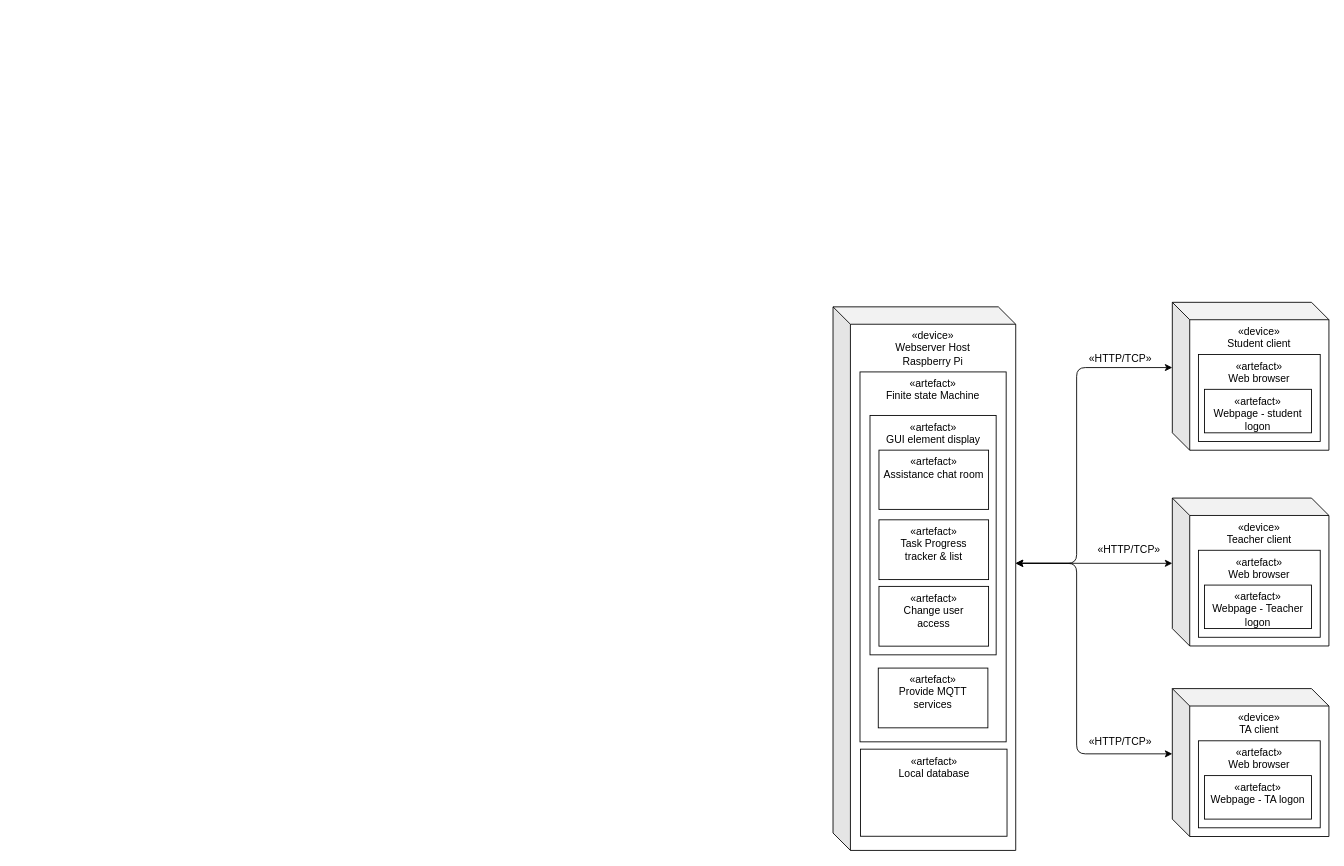
Earlier version of the draw.io diagram Units/Project/Spec 2/Figures/Diagrams/Project_Deployment_Diagram.drawio (danielcarton/TTM4115_KomSys_SemesterProsjekt). Source tidied: cells renumbered, new cells numbered last; positions are measured from the earlier drawing's top-left corner, leaving out a move shared by most shapes. Both pictures are drawn from the tidied source at 87%, with x=0, y=0 at pixel (833, 302).
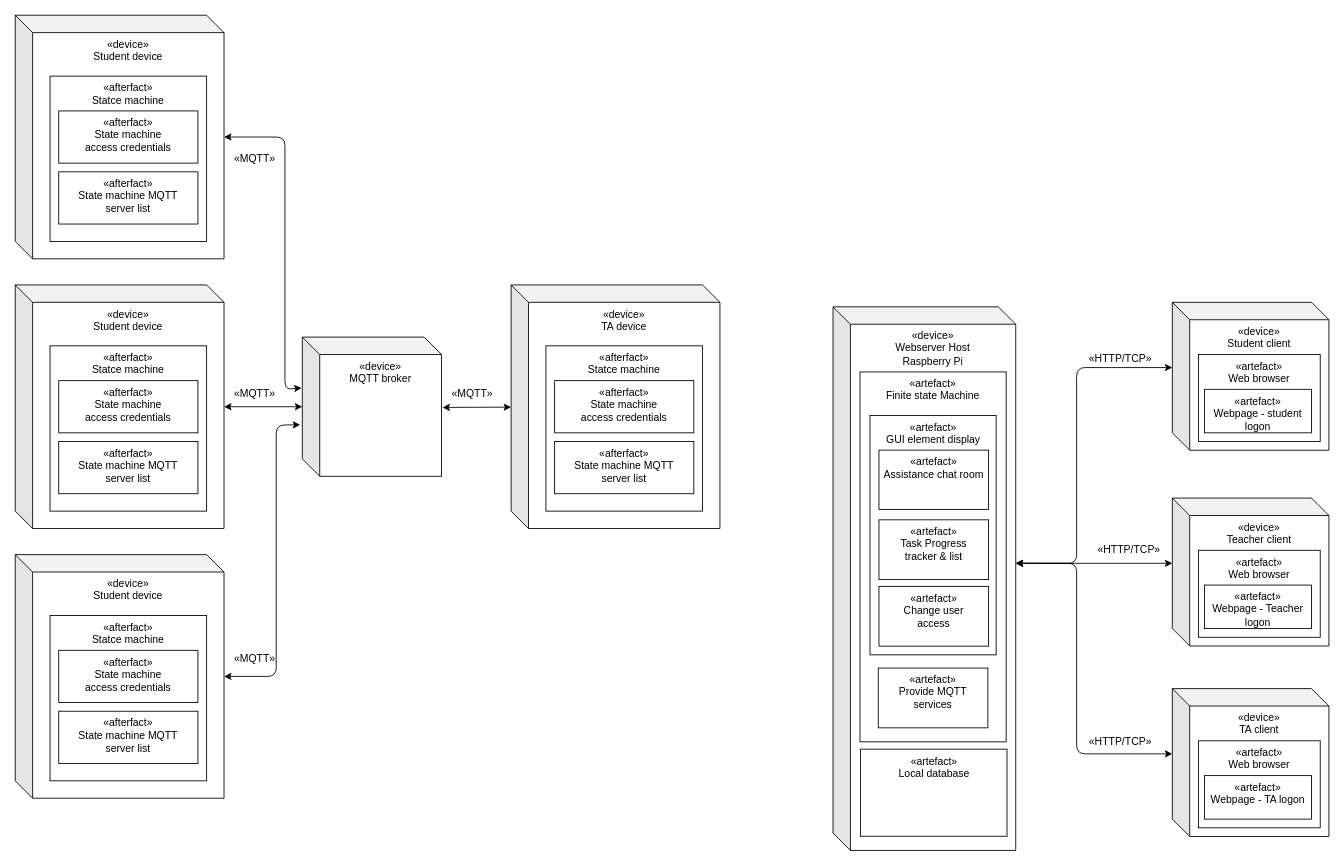
The same page after the edit.

Diff of the diagram source:
```diff
@@
+    <mxCell id="32" value="«device»&lt;br&gt;MQTT broker" style="shape=cube;whiteSpace=wrap;html=1;boundedLbl=1;backgroundOutline=1;darkOpacity=0.05;darkOpacity2=0.1;verticalAlign=top;" parent="1" vertex="1">
+      <mxGeometry x="-610" y="40" width="160" height="160" as="geometry" />
+    </mxCell>
@@
+    <mxCell id="33" style="group;fontStyle=0;" parent="1" vertex="1">
+      <mxGeometry x="-940" y="-20" width="240" height="280" as="geometry" />
+    </mxCell>
+    <mxCell id="34" value="«device»&lt;br&gt;Student device" style="shape=cube;whiteSpace=wrap;html=1;boundedLbl=1;backgroundOutline=1;darkOpacity=0.05;darkOpacity2=0.1;verticalAlign=top;" parent="33" vertex="1">
+      <mxGeometry width="240" height="280" as="geometry" />
+    </mxCell>
+    <mxCell id="35" value="«afterfact»&lt;br&gt;Statce machine" style="rounded=0;whiteSpace=wrap;html=1;verticalAlign=top;" parent="33" vertex="1">
+      <mxGeometry x="40" y="70" width="180" height="190" as="geometry" />
+    </mxCell>
+    <mxCell id="36" value="«afterfact»&lt;br&gt;State machine&lt;br&gt;access credentials" style="rounded=0;whiteSpace=wrap;html=1;verticalAlign=top;" parent="33" vertex="1">
+      <mxGeometry x="50" y="110" width="160" height="60" as="geometry" />
+    </mxCell>
+    <mxCell id="37" value="«afterfact»&lt;br&gt;State machine MQTT&lt;br&gt;server list" style="rounded=0;whiteSpace=wrap;html=1;verticalAlign=top;" parent="33" vertex="1">
+      <mxGeometry x="50" y="180" width="160" height="60" as="geometry" />
+    </mxCell>
+    <mxCell id="38" style="group;fontStyle=0;" parent="1" vertex="1">
+      <mxGeometry x="-370" y="-20" width="240" height="280" as="geometry" />
+    </mxCell>
+    <mxCell id="39" value="«device»&lt;br&gt;TA device" style="shape=cube;whiteSpace=wrap;html=1;boundedLbl=1;backgroundOutline=1;darkOpacity=0.05;darkOpacity2=0.1;verticalAlign=top;" parent="38" vertex="1">
+      <mxGeometry width="240" height="280" as="geometry" />
+    </mxCell>
+    <mxCell id="40" value="«afterfact»&lt;br&gt;Statce machine" style="rounded=0;whiteSpace=wrap;html=1;verticalAlign=top;" parent="38" vertex="1">
+      <mxGeometry x="40" y="70" width="180" height="190" as="geometry" />
+    </mxCell>
+    <mxCell id="41" value="«afterfact»&lt;br&gt;State machine&lt;br&gt;access credentials" style="rounded=0;whiteSpace=wrap;html=1;verticalAlign=top;" parent="38" vertex="1">
+      <mxGeometry x="50" y="110" width="160" height="60" as="geometry" />
+    </mxCell>
+    <mxCell id="42" value="«afterfact»&lt;br&gt;State machine MQTT&lt;br&gt;server list" style="rounded=0;whiteSpace=wrap;html=1;verticalAlign=top;" parent="38" vertex="1">
+      <mxGeometry x="50" y="180" width="160" height="60" as="geometry" />
+    </mxCell>
+    <mxCell id="43" value="&lt;span style=&quot;&quot;&gt;«MQTT»&lt;/span&gt;" style="text;html=1;align=center;verticalAlign=middle;strokeColor=none;fillColor=none;" parent="1" vertex="1">
+      <mxGeometry x="-700" y="90" width="70" height="30" as="geometry" />
+    </mxCell>
+    <mxCell id="44" value="&lt;span style=&quot;&quot;&gt;«MQTT»&lt;/span&gt;" style="text;html=1;align=center;verticalAlign=middle;strokeColor=none;fillColor=none;" parent="1" vertex="1">
+      <mxGeometry x="-450" y="90" width="70" height="30" as="geometry" />
+    </mxCell>
+    <mxCell id="45" style="group;fontStyle=0;" parent="1" vertex="1">
+      <mxGeometry x="-940" y="290" width="240" height="280" as="geometry" />
+    </mxCell>
+    <mxCell id="46" value="«device»&lt;br&gt;Student device" style="shape=cube;whiteSpace=wrap;html=1;boundedLbl=1;backgroundOutline=1;darkOpacity=0.05;darkOpacity2=0.1;verticalAlign=top;" parent="45" vertex="1">
+      <mxGeometry width="240" height="280" as="geometry" />
+    </mxCell>
+    <mxCell id="47" value="«afterfact»&lt;br&gt;Statce machine" style="rounded=0;whiteSpace=wrap;html=1;verticalAlign=top;" parent="45" vertex="1">
+      <mxGeometry x="40" y="70" width="180" height="190" as="geometry" />
+    </mxCell>
+    <mxCell id="48" value="«afterfact»&lt;br&gt;State machine&lt;br&gt;access credentials" style="rounded=0;whiteSpace=wrap;html=1;verticalAlign=top;" parent="45" vertex="1">
+      <mxGeometry x="50" y="110" width="160" height="60" as="geometry" />
+    </mxCell>
+    <mxCell id="49" value="«afterfact»&lt;br&gt;State machine MQTT&lt;br&gt;server list" style="rounded=0;whiteSpace=wrap;html=1;verticalAlign=top;" parent="45" vertex="1">
+      <mxGeometry x="50" y="180" width="160" height="60" as="geometry" />
+    </mxCell>
+    <mxCell id="50" style="edgeStyle=none;html=1;entryX=-0.015;entryY=0.63;entryDx=0;entryDy=0;entryPerimeter=0;startArrow=classic;startFill=1;" parent="1" edge="1" source="46" target="32">
+      <mxGeometry relative="1" as="geometry">
+        <Array as="points">
+          <mxPoint x="-640" y="430" />
+          <mxPoint x="-640" y="141" />
+        </Array>
+      </mxGeometry>
+    </mxCell>
+    <mxCell id="51" value="&lt;span style=&quot;&quot;&gt;«MQTT»&lt;/span&gt;" style="text;html=1;align=center;verticalAlign=middle;strokeColor=none;fillColor=none;" parent="1" vertex="1">
+      <mxGeometry x="-700" y="395" width="70" height="30" as="geometry" />
+    </mxCell>
+    <mxCell id="52" style="edgeStyle=none;html=1;entryX=0;entryY=0.5;entryDx=0;entryDy=0;entryPerimeter=0;startArrow=classic;startFill=1;" parent="1" edge="1" source="34" target="32">
+      <mxGeometry relative="1" as="geometry" />
+    </mxCell>
+    <mxCell id="53" style="edgeStyle=none;html=1;entryX=1.007;entryY=0.505;entryDx=0;entryDy=0;entryPerimeter=0;startArrow=classic;startFill=1;" parent="1" edge="1" source="39" target="32">
+      <mxGeometry relative="1" as="geometry" />
+    </mxCell>
+    <mxCell id="54" style="group;fontStyle=0;" parent="1" vertex="1">
+      <mxGeometry x="-940" y="-330" width="240" height="280" as="geometry" />
+    </mxCell>
+    <mxCell id="55" value="«device»&lt;br&gt;Student device" style="shape=cube;whiteSpace=wrap;html=1;boundedLbl=1;backgroundOutline=1;darkOpacity=0.05;darkOpacity2=0.1;verticalAlign=top;" parent="54" vertex="1">
+      <mxGeometry width="240" height="280" as="geometry" />
+    </mxCell>
+    <mxCell id="56" value="«afterfact»&lt;br&gt;Statce machine" style="rounded=0;whiteSpace=wrap;html=1;verticalAlign=top;" parent="54" vertex="1">
+      <mxGeometry x="40" y="70" width="180" height="190" as="geometry" />
+    </mxCell>
+    <mxCell id="57" value="«afterfact»&lt;br&gt;State machine&lt;br&gt;access credentials" style="rounded=0;whiteSpace=wrap;html=1;verticalAlign=top;" parent="54" vertex="1">
+      <mxGeometry x="50" y="110" width="160" height="60" as="geometry" />
+    </mxCell>
+    <mxCell id="58" value="«afterfact»&lt;br&gt;State machine MQTT&lt;br&gt;server list" style="rounded=0;whiteSpace=wrap;html=1;verticalAlign=top;" parent="54" vertex="1">
+      <mxGeometry x="50" y="180" width="160" height="60" as="geometry" />
+    </mxCell>
+    <mxCell id="59" style="edgeStyle=none;html=1;startArrow=classic;startFill=1;entryX=-0.005;entryY=0.365;entryDx=0;entryDy=0;entryPerimeter=0;" parent="1" edge="1" source="55" target="32">
+      <mxGeometry relative="1" as="geometry">
+        <Array as="points">
+          <mxPoint x="-630" y="-190" />
+          <mxPoint x="-630" y="100" />
+        </Array>
+      </mxGeometry>
+    </mxCell>
+    <mxCell id="60" value="&lt;span style=&quot;&quot;&gt;«MQTT»&lt;/span&gt;" style="text;html=1;align=center;verticalAlign=middle;strokeColor=none;fillColor=none;" parent="1" vertex="1">
+      <mxGeometry x="-700" y="-180" width="70" height="30" as="geometry" />
+    </mxCell>
```
